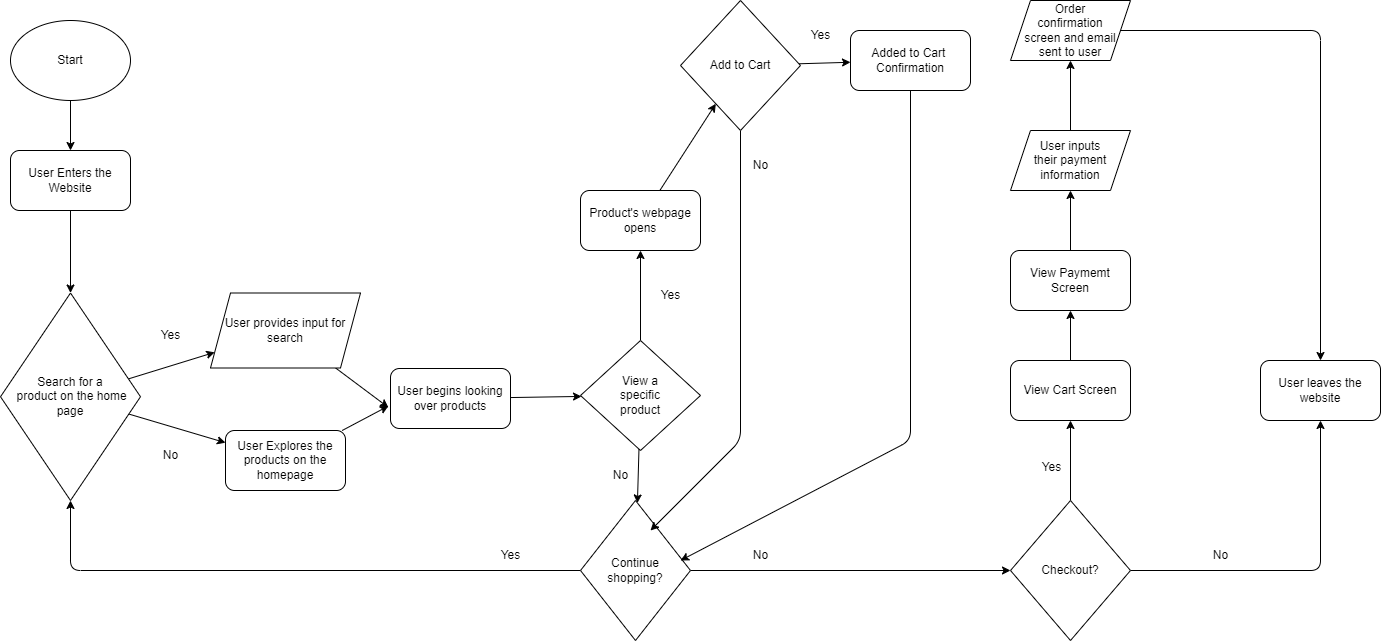
Above: explore/diagramming/diagram.drawio.png in ajakhanwal/sp24-cse110-lab4 (draw.io), before the change. Source tidied: cells renumbered, new cells last; positions are measured from the earlier drawing's top-left corner, leaving out a move shared by most shapes. The source it was exported from:
```xml
<mxGraphModel>
  <root>
    <mxCell id="0" />
    <mxCell id="1" parent="0" />
    <mxCell id="2" style="edgeStyle=none;html=1;fontColor=#990000;" parent="1" edge="1" source="3" target="5">
      <mxGeometry relative="1" as="geometry" />
    </mxCell>
    <mxCell id="3" value="Start" style="ellipse;whiteSpace=wrap;html=1;" parent="1" vertex="1">
      <mxGeometry x="10" y="20" width="120" height="80" as="geometry" />
    </mxCell>
    <mxCell id="4" style="edgeStyle=none;html=1;fontSize=12;" parent="1" edge="1" source="5" target="8">
      <mxGeometry relative="1" as="geometry" />
    </mxCell>
    <mxCell id="5" value="User Enters the Website" style="rounded=1;whiteSpace=wrap;html=1;" parent="1" vertex="1">
      <mxGeometry x="10" y="150" width="120" height="60" as="geometry" />
    </mxCell>
    <mxCell id="6" style="edgeStyle=none;html=1;fontSize=12;" parent="1" edge="1" source="8" target="10">
      <mxGeometry relative="1" as="geometry" />
    </mxCell>
    <mxCell id="7" style="edgeStyle=none;html=1;fontSize=12;" parent="1" edge="1" source="8" target="13">
      <mxGeometry relative="1" as="geometry" />
    </mxCell>
    <mxCell id="8" value="&lt;font style=&quot;font-size: 12px;&quot;&gt;Search for a&lt;br&gt;&amp;nbsp;product on the home page&lt;/font&gt;" style="rhombus;whiteSpace=wrap;html=1;verticalAlign=middle;horizontal=1;fontSize=12;" parent="1" vertex="1">
      <mxGeometry y="292.5" width="140" height="207.5" as="geometry" />
    </mxCell>
    <mxCell id="9" style="edgeStyle=none;html=1;fontSize=12;entryX=-0.017;entryY=0.625;entryDx=0;entryDy=0;entryPerimeter=0;" parent="1" edge="1" source="10" target="16">
      <mxGeometry relative="1" as="geometry" />
    </mxCell>
    <mxCell id="10" value="User Explores the products on the homepage" style="rounded=1;whiteSpace=wrap;html=1;fontSize=12;" parent="1" vertex="1">
      <mxGeometry x="225" y="430" width="120" height="60" as="geometry" />
    </mxCell>
    <mxCell id="11" value="No&lt;br&gt;" style="text;html=1;align=center;verticalAlign=middle;strokeColor=none;fillColor=none;fontSize=12;" parent="1" vertex="1">
      <mxGeometry x="150" y="440" width="40" height="30" as="geometry" />
    </mxCell>
    <mxCell id="12" style="edgeStyle=none;html=1;entryX=-0.017;entryY=0.65;entryDx=0;entryDy=0;entryPerimeter=0;fontSize=12;" parent="1" edge="1" source="13" target="16">
      <mxGeometry relative="1" as="geometry" />
    </mxCell>
    <mxCell id="13" value="User provides input for search" style="shape=parallelogram;perimeter=parallelogramPerimeter;whiteSpace=wrap;html=1;fixedSize=1;fontSize=12;" parent="1" vertex="1">
      <mxGeometry x="210" y="292.5" width="150" height="75" as="geometry" />
    </mxCell>
    <mxCell id="14" value="Yes&lt;br&gt;" style="text;html=1;align=center;verticalAlign=middle;strokeColor=none;fillColor=none;fontSize=12;" parent="1" vertex="1">
      <mxGeometry x="150" y="320" width="40" height="30" as="geometry" />
    </mxCell>
    <mxCell id="15" style="edgeStyle=none;html=1;fontSize=12;" parent="1" edge="1" source="16" target="19">
      <mxGeometry relative="1" as="geometry" />
    </mxCell>
    <mxCell id="16" value="User begins looking over products" style="rounded=1;whiteSpace=wrap;html=1;fontSize=12;" parent="1" vertex="1">
      <mxGeometry x="390" y="368" width="120" height="60" as="geometry" />
    </mxCell>
    <mxCell id="17" style="edgeStyle=none;html=1;fontSize=12;" parent="1" edge="1" source="19" target="22">
      <mxGeometry relative="1" as="geometry" />
    </mxCell>
    <mxCell id="18" style="edgeStyle=none;html=1;fontSize=12;" parent="1" edge="1" source="19" target="42">
      <mxGeometry relative="1" as="geometry" />
    </mxCell>
    <mxCell id="19" value="View a &lt;br&gt;specific &lt;br&gt;product" style="rhombus;whiteSpace=wrap;html=1;fontSize=12;" parent="1" vertex="1">
      <mxGeometry x="580" y="340" width="120" height="110" as="geometry" />
    </mxCell>
    <mxCell id="20" style="edgeStyle=none;html=1;exitX=0;exitY=0.5;exitDx=0;exitDy=0;entryX=0.5;entryY=1;entryDx=0;entryDy=0;fontSize=12;" parent="1" edge="1" source="22" target="8">
      <mxGeometry relative="1" as="geometry">
        <Array as="points">
          <mxPoint x="70" y="570" />
        </Array>
      </mxGeometry>
    </mxCell>
    <mxCell id="21" style="edgeStyle=none;html=1;entryX=0;entryY=0.5;entryDx=0;entryDy=0;fontSize=12;" parent="1" edge="1" source="22" target="28">
      <mxGeometry relative="1" as="geometry" />
    </mxCell>
    <mxCell id="22" value="Continue &lt;br&gt;shopping?" style="rhombus;whiteSpace=wrap;html=1;fontSize=12;" parent="1" vertex="1">
      <mxGeometry x="580" y="500" width="110" height="140" as="geometry" />
    </mxCell>
    <mxCell id="23" value="No" style="text;html=1;align=center;verticalAlign=middle;strokeColor=none;fillColor=none;fontSize=12;" parent="1" vertex="1">
      <mxGeometry x="600" y="460" width="40" height="30" as="geometry" />
    </mxCell>
    <mxCell id="24" value="Yes&lt;br&gt;" style="text;html=1;align=center;verticalAlign=middle;strokeColor=none;fillColor=none;fontSize=12;" parent="1" vertex="1">
      <mxGeometry x="490" y="540" width="40" height="30" as="geometry" />
    </mxCell>
    <mxCell id="25" style="edgeStyle=none;html=1;fontSize=12;" parent="1" edge="1" source="28" target="33">
      <mxGeometry relative="1" as="geometry" />
    </mxCell>
    <mxCell id="26" value="Yes" style="edgeLabel;html=1;align=center;verticalAlign=middle;fontSize=12;" parent="25" vertex="1">
      <mxGeometry x="-0.16" y="-7" relative="1" as="geometry">
        <mxPoint x="-27" as="offset" />
      </mxGeometry>
    </mxCell>
    <mxCell id="27" style="edgeStyle=none;html=1;entryX=0.5;entryY=1;entryDx=0;entryDy=0;fontSize=12;" parent="1" edge="1" source="28" target="30">
      <mxGeometry relative="1" as="geometry">
        <Array as="points">
          <mxPoint x="1320" y="570" />
        </Array>
      </mxGeometry>
    </mxCell>
    <mxCell id="28" value="Checkout?" style="rhombus;whiteSpace=wrap;html=1;fontSize=12;" parent="1" vertex="1">
      <mxGeometry x="1010" y="500" width="120" height="140" as="geometry" />
    </mxCell>
    <mxCell id="29" value="No&lt;br&gt;" style="text;html=1;align=center;verticalAlign=middle;strokeColor=none;fillColor=none;fontSize=12;" parent="1" vertex="1">
      <mxGeometry x="740" y="540" width="40" height="30" as="geometry" />
    </mxCell>
    <mxCell id="30" value="User leaves the website" style="rounded=1;whiteSpace=wrap;html=1;fontSize=12;" parent="1" vertex="1">
      <mxGeometry x="1260" y="360" width="120" height="60" as="geometry" />
    </mxCell>
    <mxCell id="31" value="No" style="text;html=1;align=center;verticalAlign=middle;strokeColor=none;fillColor=none;fontSize=12;" parent="1" vertex="1">
      <mxGeometry x="1200" y="540" width="40" height="30" as="geometry" />
    </mxCell>
    <mxCell id="32" style="edgeStyle=none;html=1;fontSize=12;" parent="1" edge="1" source="33" target="35">
      <mxGeometry relative="1" as="geometry" />
    </mxCell>
    <mxCell id="33" value="View Cart Screen" style="rounded=1;whiteSpace=wrap;html=1;fontSize=12;" parent="1" vertex="1">
      <mxGeometry x="1010" y="360" width="120" height="60" as="geometry" />
    </mxCell>
    <mxCell id="34" style="edgeStyle=none;html=1;fontSize=12;" parent="1" edge="1" source="35" target="37">
      <mxGeometry relative="1" as="geometry" />
    </mxCell>
    <mxCell id="35" value="View Paymemt Screen" style="rounded=1;whiteSpace=wrap;html=1;fontSize=12;" parent="1" vertex="1">
      <mxGeometry x="1010" y="250" width="120" height="60" as="geometry" />
    </mxCell>
    <mxCell id="36" style="edgeStyle=none;html=1;fontSize=12;entryX=0.5;entryY=1;entryDx=0;entryDy=0;" parent="1" edge="1" source="37" target="39">
      <mxGeometry relative="1" as="geometry" />
    </mxCell>
    <mxCell id="37" value="User inputs&lt;br&gt;their payment&lt;br&gt;information" style="shape=parallelogram;perimeter=parallelogramPerimeter;whiteSpace=wrap;html=1;fixedSize=1;fontSize=12;" parent="1" vertex="1">
      <mxGeometry x="1010" y="130" width="120" height="60" as="geometry" />
    </mxCell>
    <mxCell id="38" style="edgeStyle=none;html=1;fontSize=12;entryX=0.5;entryY=0;entryDx=0;entryDy=0;" parent="1" edge="1" source="39" target="30">
      <mxGeometry relative="1" as="geometry">
        <Array as="points">
          <mxPoint x="1320" y="30" />
        </Array>
      </mxGeometry>
    </mxCell>
    <mxCell id="39" value="Order &lt;br&gt;confirmation &lt;br&gt;screen and email&lt;br&gt;sent to user" style="shape=parallelogram;perimeter=parallelogramPerimeter;whiteSpace=wrap;html=1;fixedSize=1;fontSize=12;" parent="1" vertex="1">
      <mxGeometry x="1010" width="120" height="60" as="geometry" />
    </mxCell>
    <mxCell id="40" value="Yes" style="text;html=1;align=center;verticalAlign=middle;strokeColor=none;fillColor=none;fontSize=12;" parent="1" vertex="1">
      <mxGeometry x="650" y="280" width="40" height="30" as="geometry" />
    </mxCell>
    <mxCell id="41" style="edgeStyle=none;html=1;fontSize=12;" parent="1" edge="1" source="42" target="45">
      <mxGeometry relative="1" as="geometry" />
    </mxCell>
    <mxCell id="42" value="Product's webpage opens" style="rounded=1;whiteSpace=wrap;html=1;fontSize=12;" parent="1" vertex="1">
      <mxGeometry x="580" y="190" width="120" height="60" as="geometry" />
    </mxCell>
    <mxCell id="43" style="edgeStyle=none;html=1;fontSize=12;" parent="1" edge="1" source="45" target="47">
      <mxGeometry relative="1" as="geometry" />
    </mxCell>
    <mxCell id="44" style="edgeStyle=none;html=1;fontSize=12;" parent="1" edge="1" source="45">
      <mxGeometry relative="1" as="geometry">
        <mxPoint x="650" y="530" as="targetPoint" />
        <Array as="points">
          <mxPoint x="740" y="440" />
        </Array>
      </mxGeometry>
    </mxCell>
    <mxCell id="45" value="Add to Cart" style="rhombus;whiteSpace=wrap;html=1;fontSize=12;" parent="1" vertex="1">
      <mxGeometry x="680" width="120" height="130" as="geometry" />
    </mxCell>
    <mxCell id="46" style="edgeStyle=none;html=1;fontSize=12;" parent="1" edge="1" source="47">
      <mxGeometry relative="1" as="geometry">
        <mxPoint x="680" y="560" as="targetPoint" />
        <Array as="points">
          <mxPoint x="910" y="440" />
        </Array>
      </mxGeometry>
    </mxCell>
    <mxCell id="47" value="Added to Cart&amp;nbsp;&lt;br&gt;Confirmation" style="rounded=1;whiteSpace=wrap;html=1;fontSize=12;" parent="1" vertex="1">
      <mxGeometry x="850" y="30" width="120" height="60" as="geometry" />
    </mxCell>
    <mxCell id="48" value="Yes" style="text;html=1;align=center;verticalAlign=middle;strokeColor=none;fillColor=none;fontSize=12;" parent="1" vertex="1">
      <mxGeometry x="800" y="20" width="40" height="30" as="geometry" />
    </mxCell>
    <mxCell id="49" value="No" style="text;html=1;align=center;verticalAlign=middle;strokeColor=none;fillColor=none;fontSize=12;" parent="1" vertex="1">
      <mxGeometry x="740" y="150" width="40" height="30" as="geometry" />
    </mxCell>
  </root>
</mxGraphModel>
```
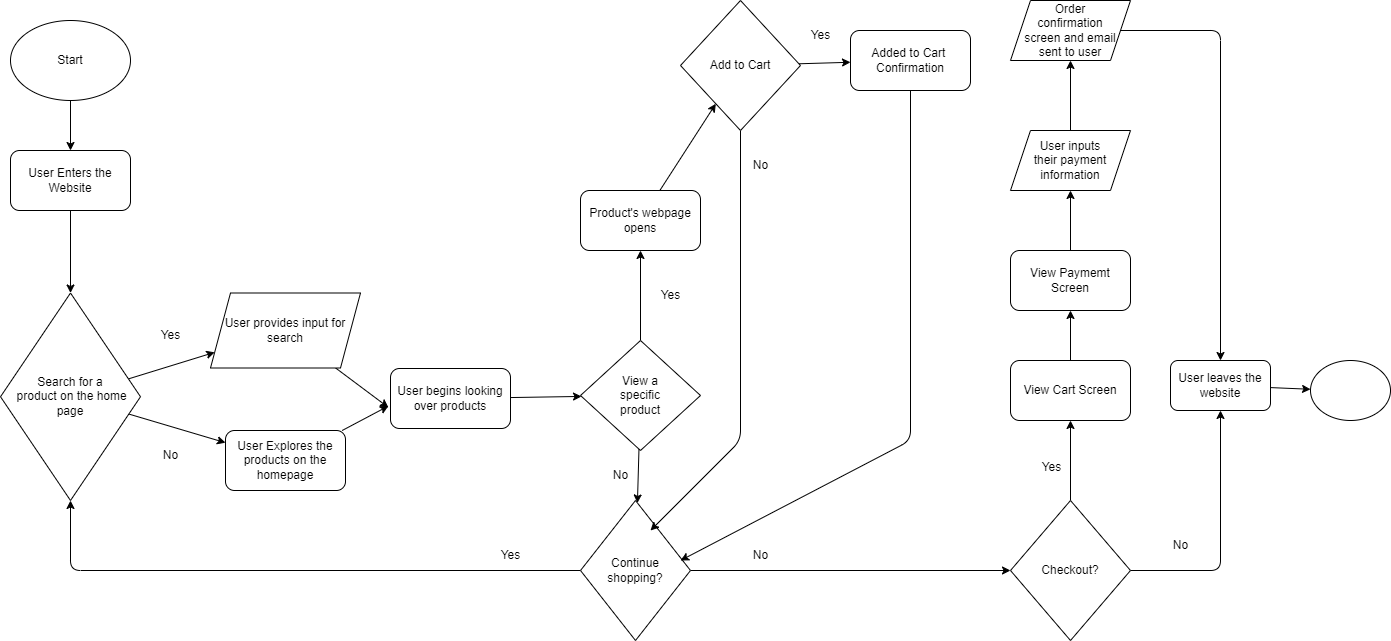
The same file after the commit.

Change to the diagram source:
```diff
@@ -86,7 +86,7 @@
     <mxCell id="27" style="edgeStyle=none;html=1;entryX=0.5;entryY=1;entryDx=0;entryDy=0;fontSize=12;" parent="1" edge="1" source="28" target="30">
       <mxGeometry relative="1" as="geometry">
         <Array as="points">
-          <mxPoint x="1320" y="570" />
+          <mxPoint x="1220" y="570" />
         </Array>
       </mxGeometry>
     </mxCell>
@@ -96,11 +96,14 @@
     <mxCell id="29" value="No&lt;br&gt;" style="text;html=1;align=center;verticalAlign=middle;strokeColor=none;fillColor=none;fontSize=12;" parent="1" vertex="1">
       <mxGeometry x="740" y="540" width="40" height="30" as="geometry" />
     </mxCell>
+    <mxCell id="50" style="edgeStyle=none;html=1;fontSize=12;fontColor=#FFFFFF;" parent="1" edge="1" source="30" target="51">
+      <mxGeometry relative="1" as="geometry" />
+    </mxCell>
     <mxCell id="30" value="User leaves the website" style="rounded=1;whiteSpace=wrap;html=1;fontSize=12;" parent="1" vertex="1">
-      <mxGeometry x="1260" y="360" width="120" height="60" as="geometry" />
+      <mxGeometry x="1170" y="360" width="100" height="50" as="geometry" />
     </mxCell>
     <mxCell id="31" value="No" style="text;html=1;align=center;verticalAlign=middle;strokeColor=none;fillColor=none;fontSize=12;" parent="1" vertex="1">
-      <mxGeometry x="1200" y="540" width="40" height="30" as="geometry" />
+      <mxGeometry x="1160" y="530" width="40" height="30" as="geometry" />
     </mxCell>
     <mxCell id="32" style="edgeStyle=none;html=1;fontSize=12;" parent="1" edge="1" source="33" target="35">
       <mxGeometry relative="1" as="geometry" />
@@ -123,7 +126,7 @@
     <mxCell id="38" style="edgeStyle=none;html=1;fontSize=12;entryX=0.5;entryY=0;entryDx=0;entryDy=0;" parent="1" edge="1" source="39" target="30">
       <mxGeometry relative="1" as="geometry">
         <Array as="points">
-          <mxPoint x="1320" y="30" />
+          <mxPoint x="1220" y="30" />
         </Array>
       </mxGeometry>
     </mxCell>
@@ -170,5 +173,8 @@
     <mxCell id="49" value="No" style="text;html=1;align=center;verticalAlign=middle;strokeColor=none;fillColor=none;fontSize=12;" parent="1" vertex="1">
       <mxGeometry x="740" y="150" width="40" height="30" as="geometry" />
     </mxCell>
+    <mxCell id="51" value="&lt;font color=&quot;#ffffff&quot;&gt;End&lt;/font&gt;" style="ellipse;whiteSpace=wrap;html=1;fontSize=12;fontColor=#990000;" parent="1" vertex="1">
+      <mxGeometry x="1310" y="360" width="80" height="60" as="geometry" />
+    </mxCell>
   </root>
 </mxGraphModel>
```
